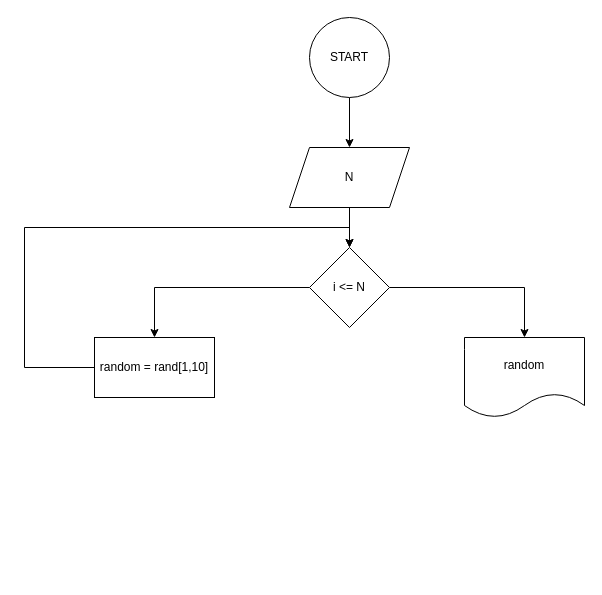
Before: hw-for-loop-task-3.drawio in uthmanigbin/university-work, a draw.io diagram. Source tidied: cells renumbered, new cells numbered last; positions are measured from the earlier drawing's top-left corner, leaving out a move shared by most shapes. Both pictures are drawn from the tidied source at 100%, with x=0, y=0 at pixel (24, 17).
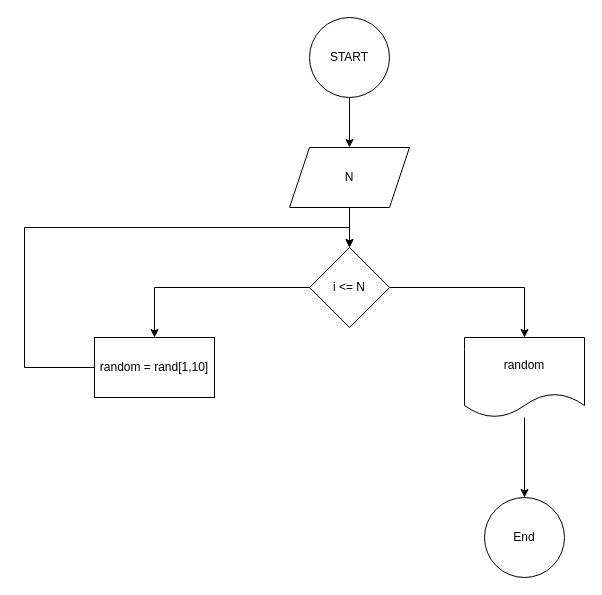
After the change.

Diff of the diagram source:
```diff
@@
 <mxGraphModel>
   <root>
     <mxCell id="0" />
     <mxCell id="1" parent="0" />
     <mxCell id="2" style="edgeStyle=orthogonalEdgeStyle;rounded=0;jettySize=auto;html=1;" parent="1" edge="1" source="3" target="5">
       <mxGeometry relative="1" as="geometry" />
     </mxCell>
     <mxCell id="3" value="START" style="ellipse;whiteSpace=wrap;html=1;" parent="1" vertex="1">
       <mxGeometry x="285" width="80" height="80" as="geometry" />
     </mxCell>
     <mxCell id="4" style="edgeStyle=orthogonalEdgeStyle;rounded=0;jettySize=auto;html=1;" parent="1" edge="1" source="5" target="8">
       <mxGeometry relative="1" as="geometry" />
     </mxCell>
     <mxCell id="5" value="N" style="shape=parallelogram;perimeter=parallelogramPerimeter;whiteSpace=wrap;html=1;fixedSize=1;" parent="1" vertex="1">
       <mxGeometry x="265" y="130" width="120" height="60" as="geometry" />
     </mxCell>
     <mxCell id="6" style="edgeStyle=orthogonalEdgeStyle;rounded=0;jettySize=auto;html=1;" parent="1" edge="1" source="8" target="10">
       <mxGeometry relative="1" as="geometry" />
     </mxCell>
     <mxCell id="7" style="edgeStyle=orthogonalEdgeStyle;rounded=0;jettySize=auto;html=1;" parent="1" edge="1" source="8" target="11">
       <mxGeometry relative="1" as="geometry" />
     </mxCell>
     <mxCell id="8" value="i &amp;lt;= N" style="rhombus;whiteSpace=wrap;html=1;" parent="1" vertex="1">
       <mxGeometry x="285" y="230" width="80" height="80" as="geometry" />
     </mxCell>
     <mxCell id="9" style="edgeStyle=orthogonalEdgeStyle;rounded=0;jettySize=auto;html=1;entryX=0.5;entryY=0;entryDx=0;entryDy=0;" parent="1" edge="1" source="10" target="8">
       <mxGeometry relative="1" as="geometry">
         <Array as="points">
           <mxPoint y="350" />
           <mxPoint y="210" />
           <mxPoint x="325" y="210" />
         </Array>
       </mxGeometry>
     </mxCell>
     <mxCell id="10" value="random = rand[1,10]" style="whiteSpace=wrap;html=1;" parent="1" vertex="1">
       <mxGeometry x="70" y="320" width="120" height="60" as="geometry" />
     </mxCell>
+    <mxCell id="12" style="edgeStyle=orthogonalEdgeStyle;rounded=0;jettySize=auto;html=1;" parent="1" edge="1" source="11" target="13">
+      <mxGeometry relative="1" as="geometry" />
+    </mxCell>
     <mxCell id="11" value="random" style="shape=document;whiteSpace=wrap;html=1;boundedLbl=1;" parent="1" vertex="1">
       <mxGeometry x="440" y="320" width="120" height="80" as="geometry" />
     </mxCell>
+    <mxCell id="13" value="End" style="ellipse;whiteSpace=wrap;html=1;" parent="1" vertex="1">
+      <mxGeometry x="460" y="480" width="80" height="80" as="geometry" />
+    </mxCell>
   </root>
 </mxGraphModel>
```
